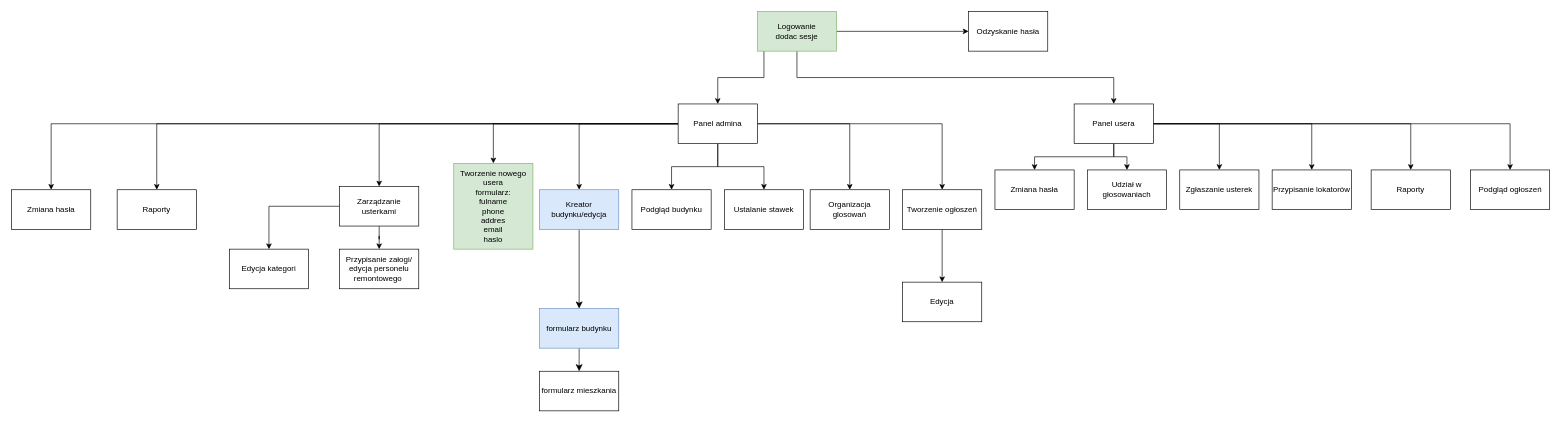
Above: doc/site_flow.drawio in Mati-IR/my-neighborhood (draw.io), before the change. Source tidied: cells renumbered, new cells numbered last; positions are measured from the earlier drawing's top-left corner, leaving out a move shared by most shapes. Both pictures are drawn from the tidied source at 66%, with x=0, y=0 at pixel (11, 11).
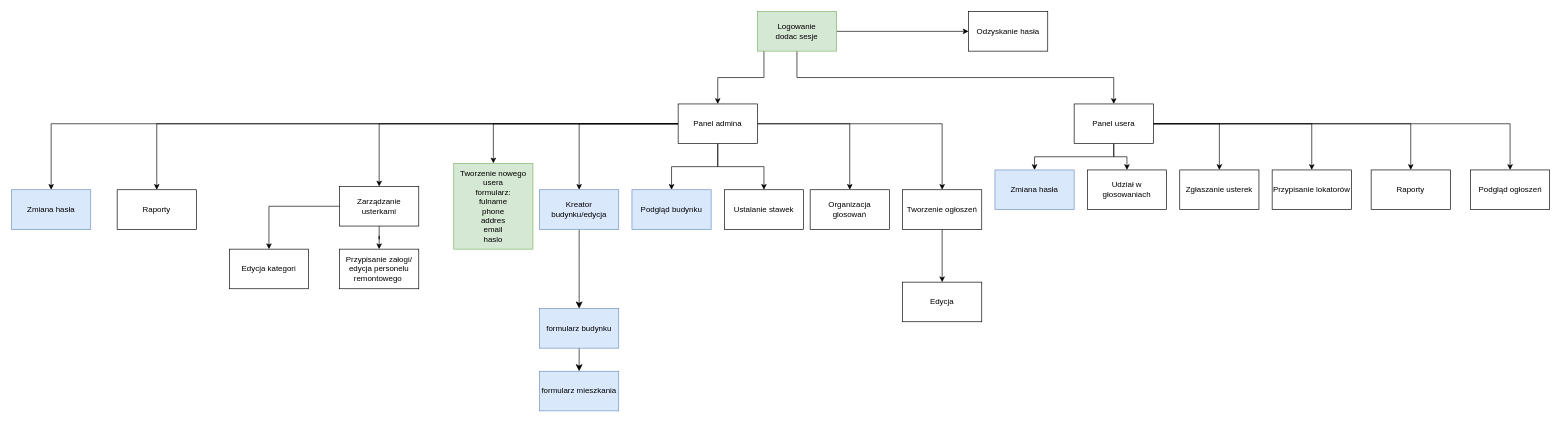
The same page after the edit.

Change to the diagram source:
```diff
@@
-    <mxCell id="27" value="Podgląd budynku" style="rounded=0;whiteSpace=wrap;html=1;" parent="1" vertex="1">
+    <mxCell id="27" value="Podgląd budynku" style="rounded=0;whiteSpace=wrap;html=1;fillColor=#dae8fc;strokeColor=#6c8ebf;" parent="1" vertex="1">
       <mxGeometry x="940" y="270" width="120" height="60" as="geometry" />
     </mxCell>
@@
-    <mxCell id="39" value="Zmiana hasła" style="rounded=0;whiteSpace=wrap;html=1;" parent="1" vertex="1">
+    <mxCell id="39" value="Zmiana hasła" style="rounded=0;whiteSpace=wrap;html=1;fillColor=#dae8fc;strokeColor=#6c8ebf;" parent="1" vertex="1">
       <mxGeometry y="270" width="120" height="60" as="geometry" />
     </mxCell>
-    <mxCell id="40" value="Zmiana hasła" style="rounded=0;whiteSpace=wrap;html=1;" parent="1" vertex="1">
+    <mxCell id="40" value="Zmiana hasła" style="rounded=0;whiteSpace=wrap;html=1;fillColor=#dae8fc;strokeColor=#6c8ebf;" parent="1" vertex="1">
       <mxGeometry x="1490" y="240" width="120" height="60" as="geometry" />
     </mxCell>
@@
-    <mxCell id="48" value="formularz mieszkania" style="whiteSpace=wrap;html=1;rounded=0;" parent="1" vertex="1">
+    <mxCell id="48" value="formularz mieszkania" style="whiteSpace=wrap;html=1;rounded=0;fillColor=#dae8fc;strokeColor=#6c8ebf;" parent="1" vertex="1">
       <mxGeometry x="800" y="545" width="120" height="60" as="geometry" />
     </mxCell>
```
